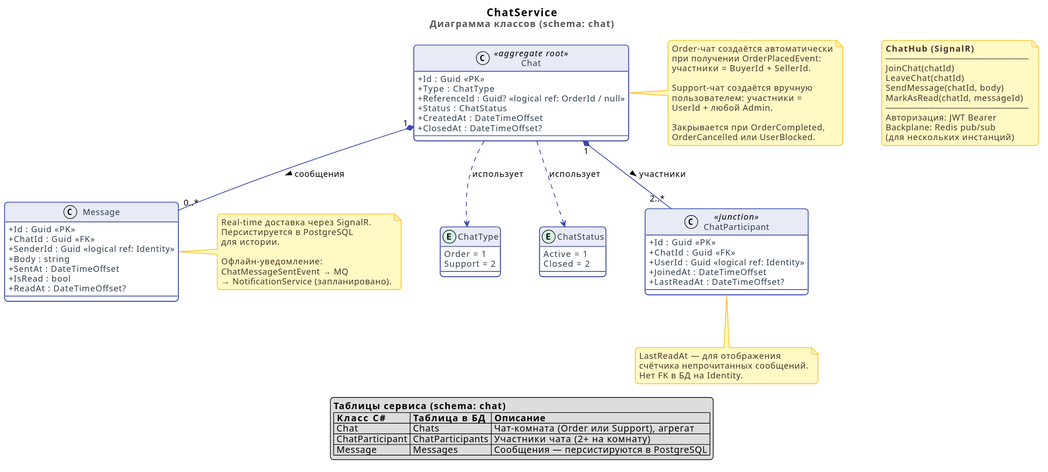
Earlier version of the PlantUML export docs/diagrams/svg/chat-service.svg (LocMp-olegg/LocalMarketplace). The source it was exported from:
```plantuml
@startuml
title <size:16><b>ChatService</b></size>\n<color:#555>Диаграмма классов (schema: chat)</color>

skinparam defaultFontName "Segoe UI", Arial, sans-serif
skinparam defaultFontSize 13
skinparam roundcorner 10
skinparam shadowing false
skinparam classAttributeIconSize 0
skinparam nodesep 60
skinparam ranksep 70

skinparam class {
    BackgroundColor White
    HeaderBackgroundColor #E8EAF6
    BorderColor #3949AB
    BorderThickness 1.2
    ArrowColor #3949AB
    ArrowThickness 1.2
    AttributeFontColor #2C3E50
}

skinparam enum {
    BackgroundColor White
    HeaderBackgroundColor #E8EAF6
    BorderColor #283593
    BorderThickness 1.2
}

skinparam note {
    BackgroundColor #FFF9C4
    BorderColor #FBC02D
    FontColor #4E342E
    BorderThickness 1.2
    roundcorner 6
}

skinparam stereotypeCBackgroundColor #E8EAF6
skinparam stereotypeABackgroundColor #FDEBD0
skinparam stereotypeEBackgroundColor #D5F5E3


enum ChatType {
    Order = 1
    Support = 2
}

enum ChatStatus {
    Active = 1
    Closed = 2
}


class Chat <<aggregate root>> {
    + Id : Guid <<PK>>
    + Type : ChatType
    + ReferenceId : Guid? <<logical ref: OrderId / null>>
    + Status : ChatStatus
    + CreatedAt : DateTimeOffset
    + ClosedAt : DateTimeOffset?
}

class ChatParticipant <<junction>> {
    + Id : Guid <<PK>>
    + ChatId : Guid <<FK>>
    + UserId : Guid <<logical ref: Identity>>
    + JoinedAt : DateTimeOffset
    + LastReadAt : DateTimeOffset?
}

class Message {
    + Id : Guid <<PK>>
    + ChatId : Guid <<FK>>
    + SenderId : Guid <<logical ref: Identity>>
    + Body : string
    + SentAt : DateTimeOffset
    + IsRead : bool
    + ReadAt : DateTimeOffset?
}


Chat "1" *-down- "2..*" ChatParticipant : участники >
Chat "1" *-down- "0..*" Message : сообщения >

Chat ..> ChatType : использует
Chat ..> ChatStatus : использует


note right of Chat
  Order-чат создаётся автоматически
  при получении OrderPlacedEvent:
  участники = BuyerId + SellerId.

  Support-чат создаётся вручную
  пользователем: участники =
  UserId + любой Admin.

  Закрывается при OrderCompleted,
  OrderCancelled или UserBlocked.
end note

note right of Message
  Real-time доставка через SignalR.
  Персистируется в PostgreSQL
  для истории.

  Офлайн-уведомление:
  ChatMessageSentEvent → MQ
  → NotificationService (запланировано).
end note

note bottom of ChatParticipant
  LastReadAt — для отображения
  счётчика непрочитанных сообщений.
  Нет FK в БД на Identity.
end note


note as HubNote
  <b>ChatHub (SignalR)</b>
  ────────────────────────────
  JoinChat(chatId)
  LeaveChat(chatId)
  SendMessage(chatId, body)
  MarkAsRead(chatId, messageId)
  ────────────────────────────
  Авторизация: JWT Bearer
  Backplane: Redis pub/sub
  (для нескольких инстанций)
end note


legend bottom
  <b>Таблицы сервиса (schema: chat)</b>
  |= Класс C# |= Таблица в БД |= Описание |
  | Chat | Chats | Чат-комната (Order или Support), агрегат |
  | ChatParticipant | ChatParticipants | Участники чата (2+ на комнату) |
  | Message | Messages | Сообщения — персистируются в PostgreSQL |
endlegend
@enduml
```
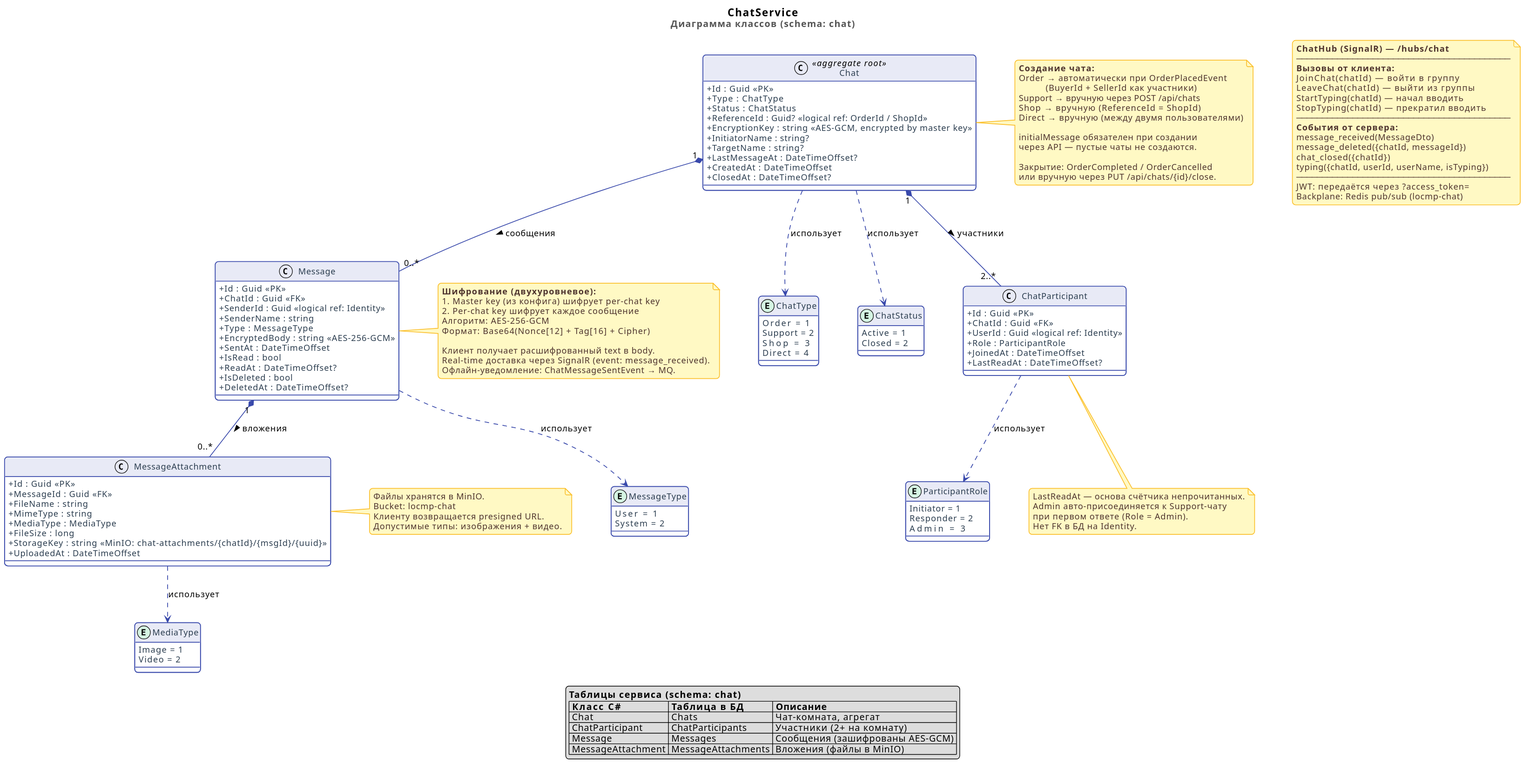
The same file after the commit.

The edit, as a diff of the source:
```diff
@@ -40,8 +40,10 @@
 
 
 enum ChatType {
-    Order = 1
+    Order   = 1
     Support = 2
+    Shop    = 3
+    Direct  = 4
 }
 
 enum ChatStatus {
@@ -49,20 +51,41 @@
     Closed = 2
 }
 
+enum ParticipantRole {
+    Initiator = 1
+    Responder = 2
+    Admin     = 3
+}
+
+enum MessageType {
+    User   = 1
+    System = 2
+}
+
+enum MediaType {
+    Image = 1
+    Video = 2
+}
+
 
 class Chat <<aggregate root>> {
     + Id : Guid <<PK>>
     + Type : ChatType
-    + ReferenceId : Guid? <<logical ref: OrderId / null>>
     + Status : ChatStatus
+    + ReferenceId : Guid? <<logical ref: OrderId / ShopId>>
+    + EncryptionKey : string <<AES-GCM, encrypted by master key>>
+    + InitiatorName : string?
+    + TargetName : string?
+    + LastMessageAt : DateTimeOffset?
     + CreatedAt : DateTimeOffset
     + ClosedAt : DateTimeOffset?
 }
 
-class ChatParticipant <<junction>> {
+class ChatParticipant {
     + Id : Guid <<PK>>
     + ChatId : Guid <<FK>>
     + UserId : Guid <<logical ref: Identity>>
+    + Role : ParticipantRole
     + JoinedAt : DateTimeOffset
     + LastReadAt : DateTimeOffset?
 }
@@ -71,69 +94,107 @@
     + Id : Guid <<PK>>
     + ChatId : Guid <<FK>>
     + SenderId : Guid <<logical ref: Identity>>
-    + Body : string
+    + SenderName : string
+    + Type : MessageType
+    + EncryptedBody : string <<AES-256-GCM>>
     + SentAt : DateTimeOffset
     + IsRead : bool
     + ReadAt : DateTimeOffset?
+    + IsDeleted : bool
+    + DeletedAt : DateTimeOffset?
+}
+
+class MessageAttachment {
+    + Id : Guid <<PK>>
+    + MessageId : Guid <<FK>>
+    + FileName : string
+    + MimeType : string
+    + MediaType : MediaType
+    + FileSize : long
+    + StorageKey : string <<MinIO: chat-attachments/{chatId}/{msgId}/{uuid}>>
+    + UploadedAt : DateTimeOffset
 }
 
 
 Chat "1" *-down- "2..*" ChatParticipant : участники >
-Chat "1" *-down- "0..*" Message : сообщения >
+Chat "1" *-down- "0..*" Message         : сообщения >
+Message "1" *-down- "0..*" MessageAttachment : вложения >
 
-Chat ..> ChatType : использует
-Chat ..> ChatStatus : использует
+Chat ..> ChatType       : использует
+Chat ..> ChatStatus     : использует
+ChatParticipant ..> ParticipantRole : использует
+Message ..> MessageType : использует
+MessageAttachment ..> MediaType : использует
 
 
 note right of Chat
-  Order-чат создаётся автоматически
-  при получении OrderPlacedEvent:
-  участники = BuyerId + SellerId.
+  <b>Создание чата:</b>
+  Order   → автоматически при OrderPlacedEvent
+            (BuyerId + SellerId как участники)
+  Support → вручную через POST /api/chats
+  Shop    → вручную (ReferenceId = ShopId)
+  Direct  → вручную (между двумя пользователями)
 
-  Support-чат создаётся вручную
-  пользователем: участники =
-  UserId + любой Admin.
+  initialMessage обязателен при создании
+  через API — пустые чаты не создаются.
 
-  Закрывается при OrderCompleted,
-  OrderCancelled или UserBlocked.
+  Закрытие: OrderCompleted / OrderCancelled
+  или вручную через PUT /api/chats/{id}/close.
 end note
 
 note right of Message
-  Real-time доставка через SignalR.
-  Персистируется в PostgreSQL
-  для истории.
+  <b>Шифрование (двухуровневое):</b>
+  1. Master key (из конфига) шифрует per-chat key
+  2. Per-chat key шифрует каждое сообщение
+  Алгоритм: AES-256-GCM
+  Формат: Base64(Nonce[12] + Tag[16] + Cipher)
 
-  Офлайн-уведомление:
-  ChatMessageSentEvent → MQ
-  → NotificationService (запланировано).
+  Клиент получает расшифрованный text в body.
+  Real-time доставка через SignalR (event: message_received).
+  Офлайн-уведомление: ChatMessageSentEvent → MQ.
 end note
 
 note bottom of ChatParticipant
-  LastReadAt — для отображения
-  счётчика непрочитанных сообщений.
+  LastReadAt — основа счётчика непрочитанных.
+  Admin авто-присоединяется к Support-чату
+  при первом ответе (Role = Admin).
   Нет FK в БД на Identity.
+end note
+
+note right of MessageAttachment
+  Файлы хранятся в MinIO.
+  Bucket: locmp-chat
+  Клиенту возвращается presigned URL.
+  Допустимые типы: изображения + видео.
 end note
 
 
 note as HubNote
-  <b>ChatHub (SignalR)</b>
-  ────────────────────────────
-  JoinChat(chatId)
-  LeaveChat(chatId)
-  SendMessage(chatId, body)
-  MarkAsRead(chatId, messageId)
-  ────────────────────────────
-  Авторизация: JWT Bearer
-  Backplane: Redis pub/sub
-  (для нескольких инстанций)
+  <b>ChatHub (SignalR) — /hubs/chat</b>
+  ──────────────────────────────────────────
+  <b>Вызовы от клиента:</b>
+  JoinChat(chatId)      — войти в группу
+  LeaveChat(chatId)     — выйти из группы
+  StartTyping(chatId)   — начал вводить
+  StopTyping(chatId)    — прекратил вводить
+  ──────────────────────────────────────────
+  <b>События от сервера:</b>
+  message_received(MessageDto)
+  message_deleted({chatId, messageId})
+  chat_closed({chatId})
+  typing({chatId, userId, userName, isTyping})
+  ──────────────────────────────────────────
+  JWT: передаётся через ?access_token=
+  Backplane: Redis pub/sub (locmp-chat)
 end note
 
 
 legend bottom
   <b>Таблицы сервиса (schema: chat)</b>
   |= Класс C# |= Таблица в БД |= Описание |
-  | Chat | Chats | Чат-комната (Order или Support), агрегат |
-  | ChatParticipant | ChatParticipants | Участники чата (2+ на комнату) |
-  | Message | Messages | Сообщения — персистируются в PostgreSQL |
+  | Chat | Chats | Чат-комната, агрегат |
+  | ChatParticipant | ChatParticipants | Участники (2+ на комнату) |
+  | Message | Messages | Сообщения (зашифрованы AES-GCM) |
+  | MessageAttachment | MessageAttachments | Вложения (файлы в MinIO) |
 endlegend
 @enduml
```
